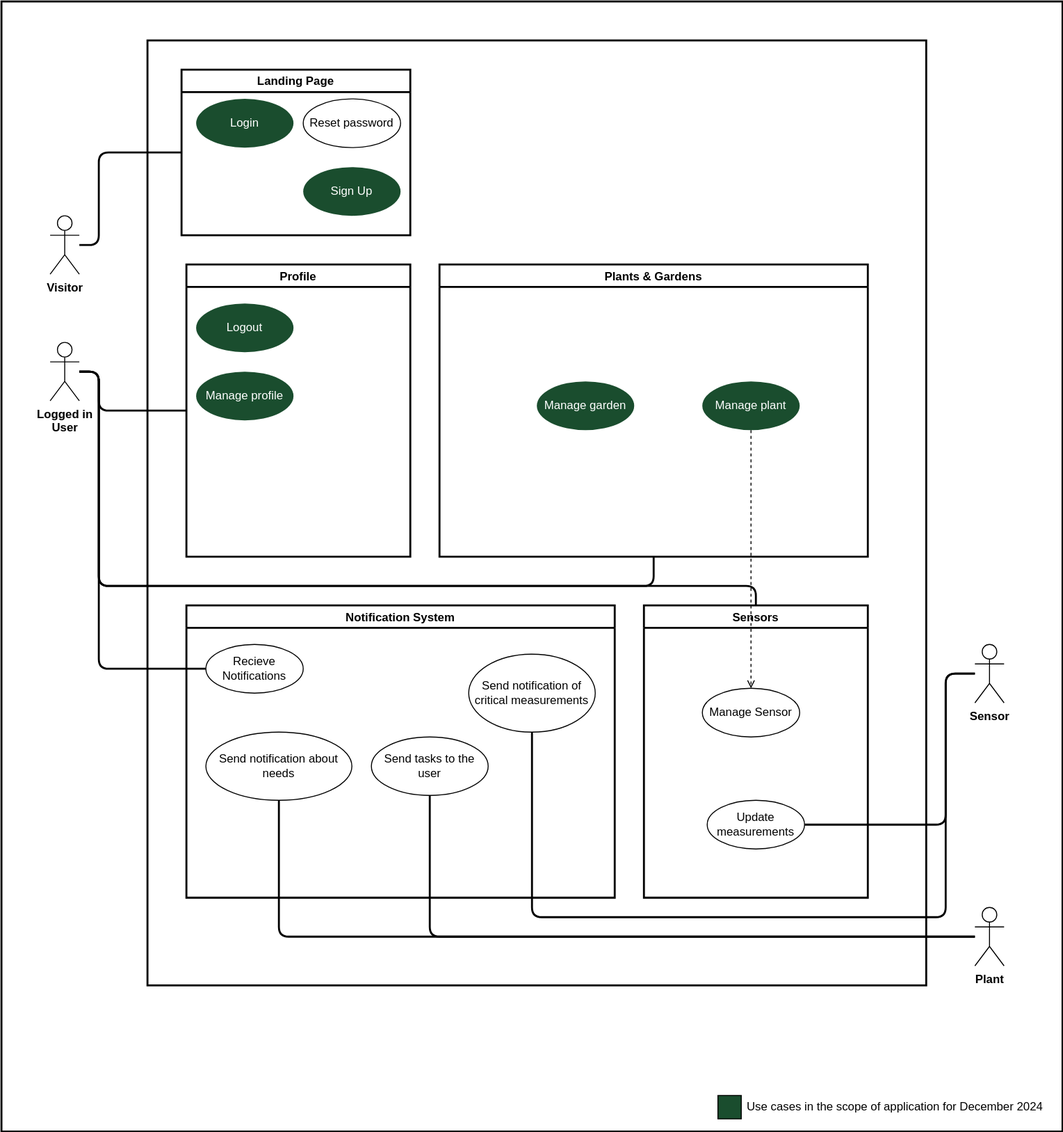
The draw.io diagram docs/assets/svg/GreenFingersUsecases.drawio.svg in Green-Fingers-App/gardeningApp, before a commit. Source tidied: cells renumbered, new cells last; positions are measured from the earlier drawing's top-left corner, leaving out a move shared by most shapes.
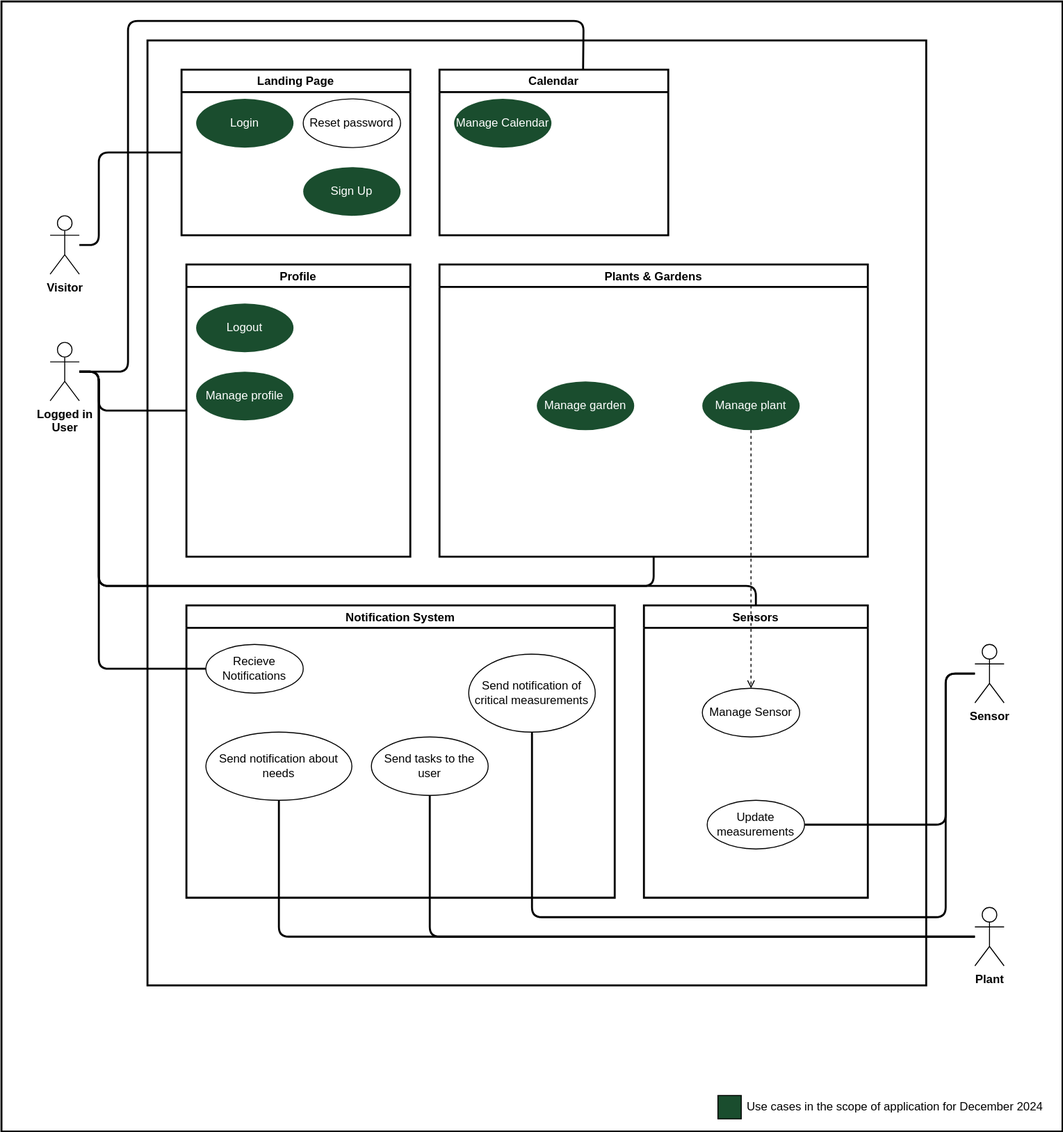
Above is the later version.

Commit message:
update use case diagram

What changed in the source:
```diff
@@ -164,5 +164,23 @@
     <mxCell id="38" style="edgeStyle=none;html=1;exitX=0.5;exitY=1;exitDx=0;exitDy=0;endArrow=open;endFill=0;dashed=1;" parent="1" edge="1" source="10" target="30">
       <mxGeometry relative="1" as="geometry" />
     </mxCell>
+    <mxCell id="39" value="Calendar" style="swimlane;whiteSpace=wrap;html=1;fontStyle=1;strokeWidth=2;" parent="1" vertex="1">
+      <mxGeometry x="450" y="70" width="235" height="170" as="geometry" />
+    </mxCell>
+    <mxCell id="40" value="Manage Calendar" style="ellipse;whiteSpace=wrap;html=1;verticalAlign=middle;fillColor=#1A4D2E;fontColor=#FFFFFF;strokeColor=none;" parent="39" vertex="1">
+      <mxGeometry x="15" y="30" width="100" height="50" as="geometry" />
+    </mxCell>
+    <mxCell id="41" style="edgeStyle=none;html=1;entryX=0.5;entryY=0;entryDx=0;entryDy=0;fontColor=#000000;strokeColor=#000000;endArrow=none;endFill=0;strokeWidth=2;" parent="1" edge="1">
+      <mxGeometry relative="1" as="geometry">
+        <mxPoint x="90" y="380" as="sourcePoint" />
+        <mxPoint x="597.5" y="70" as="targetPoint" />
+        <Array as="points">
+          <mxPoint x="130" y="380" />
+          <mxPoint x="130" y="20" />
+          <mxPoint x="380" y="20" />
+          <mxPoint x="598" y="20" />
+        </Array>
+      </mxGeometry>
+    </mxCell>
   </root>
 </mxGraphModel>
```
